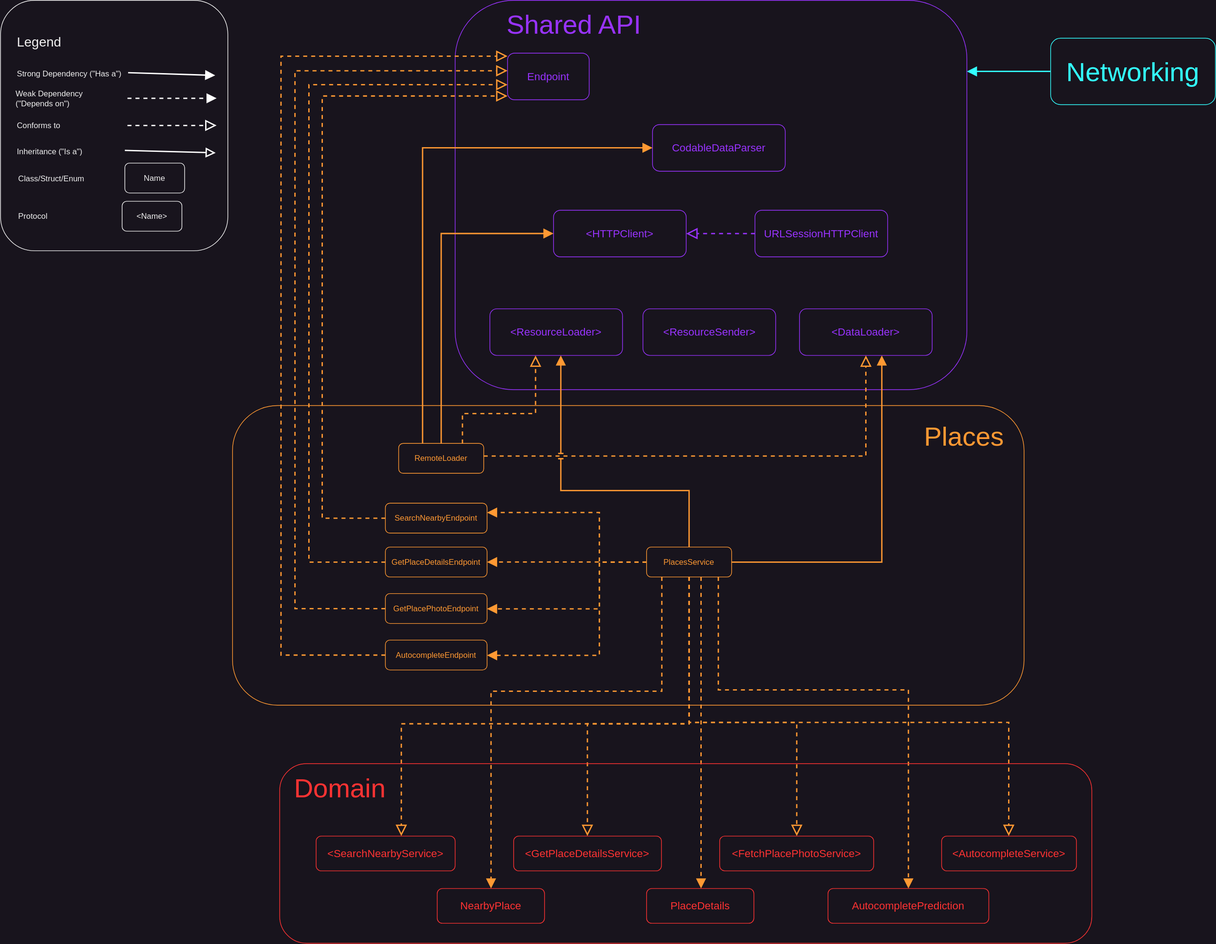
Before: Diagrams/Places.svg, a diagram exported from draw.io (marian-stanciulica/Foodybite). Source tidied: cells renumbered, new cells last; positions are measured from the earlier drawing's top-left corner, leaving out a move shared by most shapes.
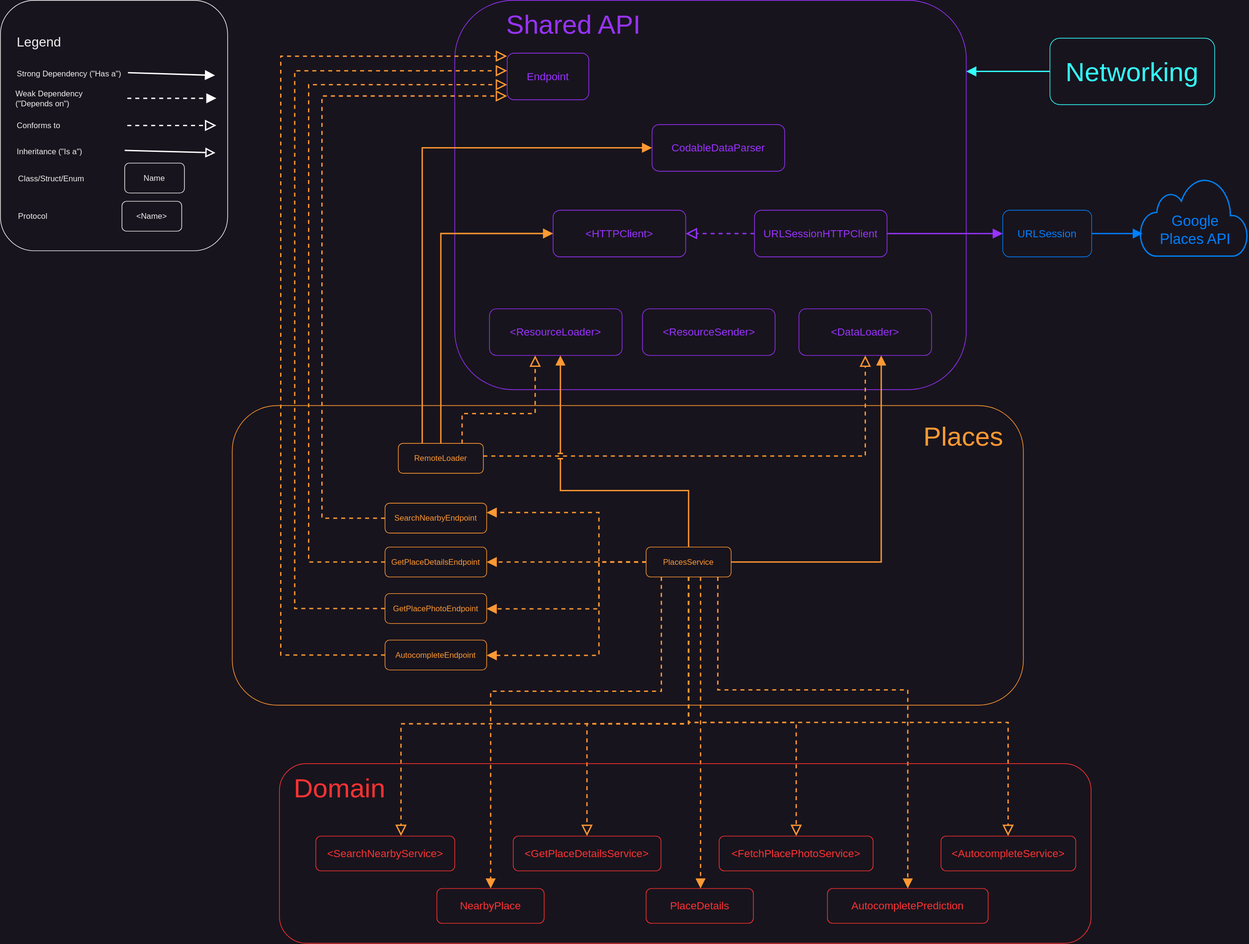
After the change.

Commit message:
Updated diagrams for netwotking and places

Diff of the diagram source:
```diff
@@ -313,5 +313,22 @@
     <mxCell id="67" value="&lt;font style=&quot;font-size: 40px;&quot;&gt;Places&lt;/font&gt;" style="text;html=1;align=right;verticalAlign=middle;whiteSpace=wrap;rounded=0;fontSize=40;fontFamily=Helvetica;fontColor=#FF9933;strokeColor=none;" parent="1" vertex="1">
       <mxGeometry x="1250" y="638" width="262.1" height="35.1" as="geometry" />
     </mxCell>
+    <mxCell id="68" style="html=1;verticalLabelPosition=bottom;align=center;labelBackgroundColor=#ffffff;verticalAlign=top;strokeWidth=2;strokeColor=#0080F0;shadow=0;dashed=0;shape=mxgraph.ios7.icons.cloud;fontFamily=Helvetica;fontSize=11;fontColor=#FF8000;" parent="1" vertex="1">
+      <mxGeometry x="1715.8" y="267" width="162" height="118" as="geometry" />
+    </mxCell>
+    <mxCell id="69" style="edgeStyle=orthogonalEdgeStyle;shape=connector;rounded=0;jumpStyle=line;jettySize=auto;html=1;labelBackgroundColor=default;strokeColor=#007FFF;strokeWidth=2;fontFamily=Helvetica;fontSize=11;fontColor=#007FFF;endArrow=block;endFill=1;endSize=10;fillColor=#f0a30a;" parent="1" edge="1" source="70">
+      <mxGeometry relative="1" as="geometry">
+        <mxPoint x="1719.8" y="351" as="targetPoint" />
+      </mxGeometry>
+    </mxCell>
+    <mxCell id="70" value="URLSession" style="rounded=1;whiteSpace=wrap;html=1;fontSize=16;fontColor=#007FFF;strokeColor=#007FFF;" parent="1" vertex="1">
+      <mxGeometry x="1509" y="316" width="133.8" height="70.2" as="geometry" />
+    </mxCell>
+    <mxCell id="71" value="Google Places API" style="text;html=1;strokeColor=none;fillColor=none;align=center;verticalAlign=middle;whiteSpace=wrap;rounded=0;fontSize=22;fontFamily=Helvetica;fontColor=#007FFF;" parent="1" vertex="1">
+      <mxGeometry x="1743" y="313" width="112" height="66" as="geometry" />
+    </mxCell>
+    <mxCell id="72" style="edgeStyle=orthogonalEdgeStyle;shape=connector;rounded=0;jumpStyle=line;jettySize=auto;html=1;entryX=0;entryY=0.5;entryDx=0;entryDy=0;labelBackgroundColor=default;strokeColor=#9933FF;strokeWidth=2;fontFamily=Helvetica;fontSize=22;fontColor=#007FFF;endArrow=block;endFill=1;endSize=10;fillColor=#f0a30a;" parent="1" edge="1" source="9" target="70">
+      <mxGeometry relative="1" as="geometry" />
+    </mxCell>
   </root>
 </mxGraphModel>
```
